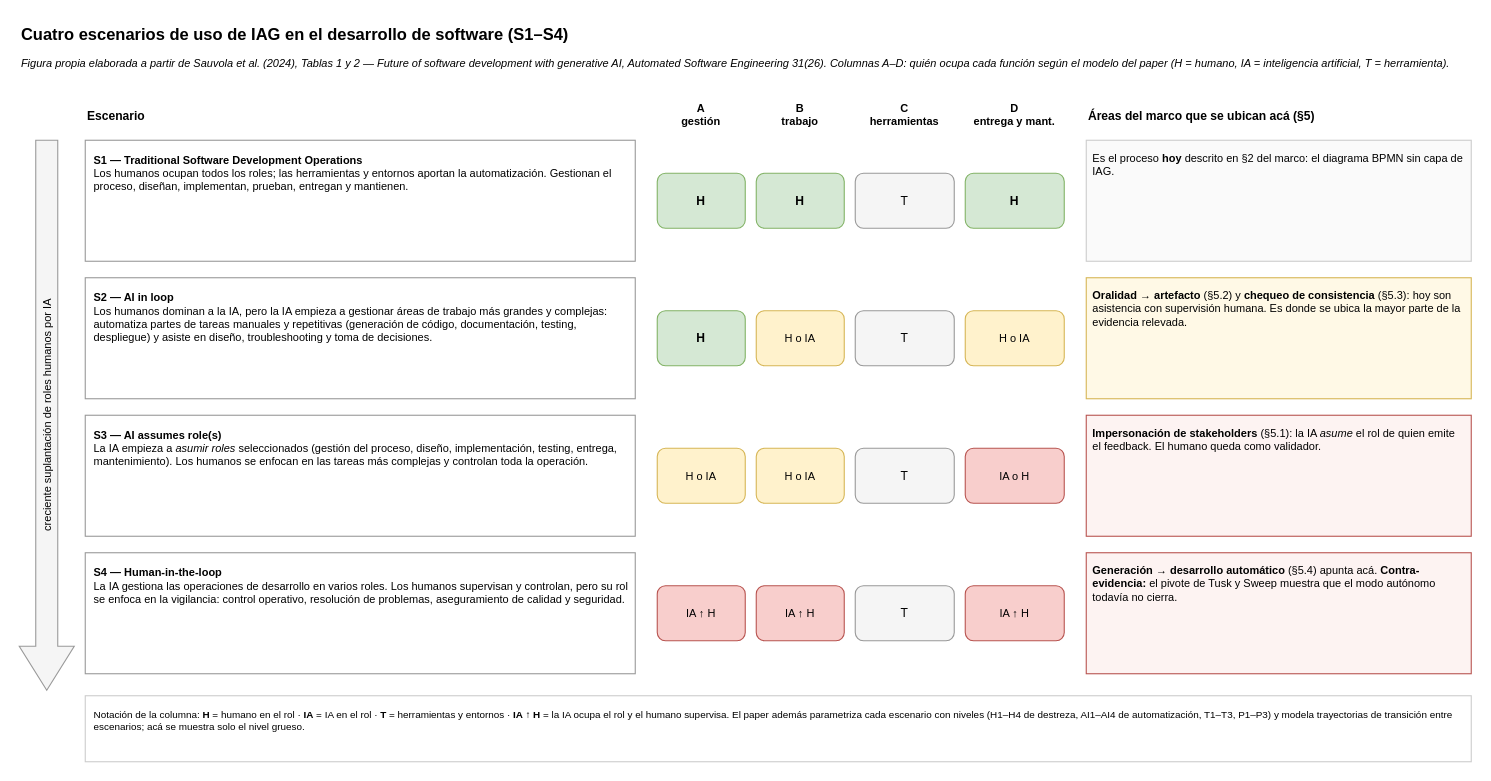
Above: sprint 15/diagramas/escenarios_s1_s4.drawio in vickychappuis/Tesis (draw.io), before the change. Source tidied: cells renumbered, new cells numbered last; positions are measured from the earlier drawing's top-left corner, leaving out a move shared by most shapes. Both pictures are drawn from the tidied source at 110%, with x=0, y=0 at pixel (19, 19).
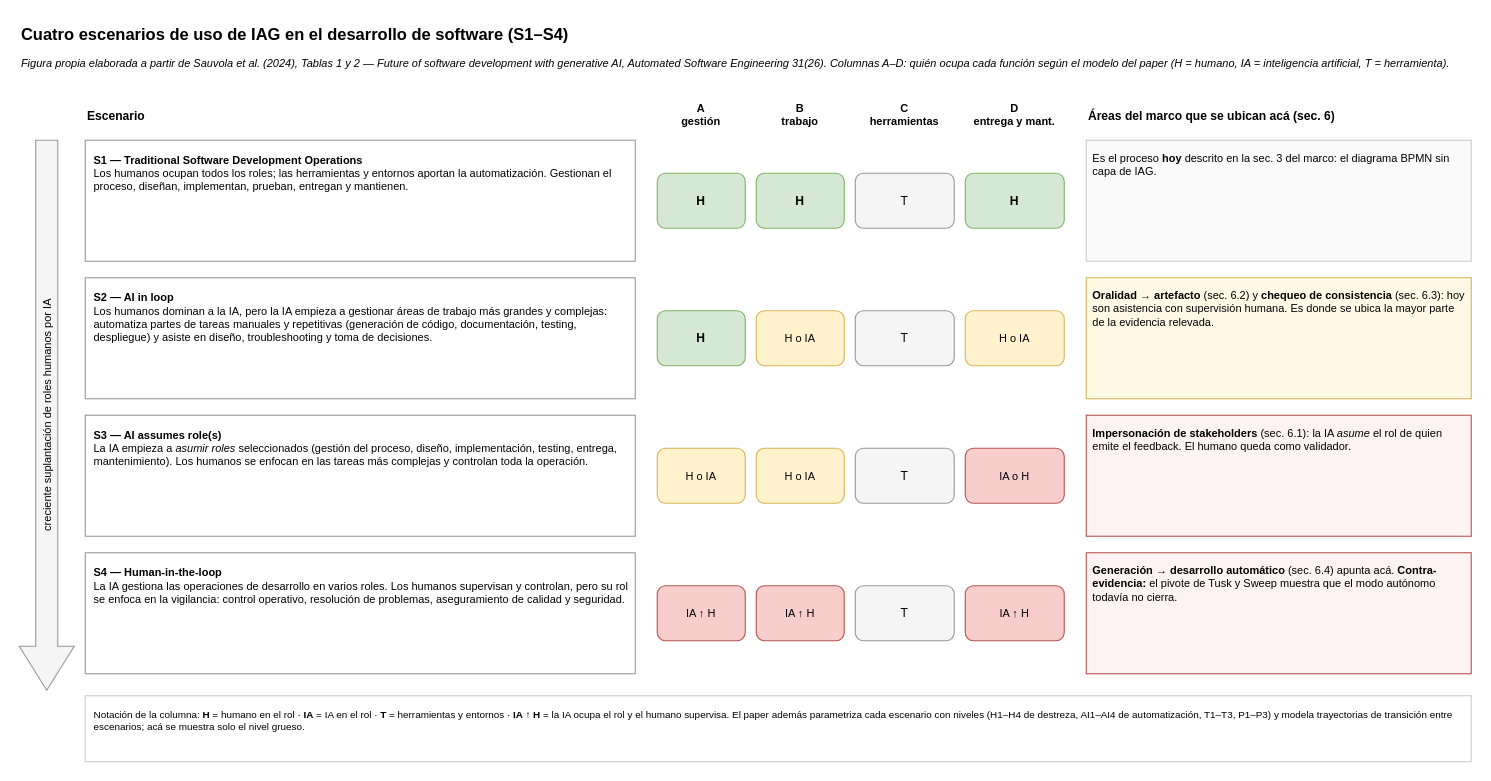
Above is the later version.

Commit message:
sprint 15: actualizar las referencias de seccion en la figura de escenarios

Diff of the diagram source:
```diff
@@
-    <mxCell id="9" value="Áreas del marco que se ubican acá (§5)" style="text;html=1;strokeColor=none;fillColor=none;align=left;verticalAlign=middle;fontSize=11;fontStyle=1;" parent="1" vertex="1">
+    <mxCell id="9" value="Áreas del marco que se ubican acá (sec. 6)" style="text;html=1;strokeColor=none;fillColor=none;align=left;verticalAlign=middle;fontSize=11;fontStyle=1;" parent="1" vertex="1">
       <mxGeometry x="970" y="76" width="350" height="24" as="geometry" />
     </mxCell>
@@
-    <mxCell id="16" value="Es el proceso &lt;b&gt;hoy&lt;/b&gt; descrito en §2 del marco: el diagrama BPMN sin capa de IAG." style="text;html=1;whiteSpace=wrap;strokeColor=#CCCCCC;fillColor=#FAFAFA;align=left;verticalAlign=top;spacing=6;fontSize=10;" parent="1" vertex="1">
+    <mxCell id="16" value="Es el proceso &lt;b&gt;hoy&lt;/b&gt; descrito en la sec. 3 del marco: el diagrama BPMN sin capa de IAG." style="text;html=1;whiteSpace=wrap;strokeColor=#CCCCCC;fillColor=#FAFAFA;align=left;verticalAlign=top;spacing=6;fontSize=10;" parent="1" vertex="1">
       <mxGeometry x="970" y="110" width="350" height="110" as="geometry" />
     </mxCell>
@@
-    <mxCell id="22" value="&lt;b&gt;Oralidad → artefacto&lt;/b&gt; (§5.2) y &lt;b&gt;chequeo de consistencia&lt;/b&gt; (§5.3): hoy son asistencia con supervisión humana. Es donde se ubica la mayor parte de la evidencia relevada." style="text;html=1;whiteSpace=wrap;strokeColor=#D6B656;fillColor=#FFF9E6;align=left;verticalAlign=top;spacing=6;fontSize=10;" parent="1" vertex="1">
+    <mxCell id="22" value="&lt;b&gt;Oralidad → artefacto&lt;/b&gt; (sec. 6.2) y &lt;b&gt;chequeo de consistencia&lt;/b&gt; (sec. 6.3): hoy son asistencia con supervisión humana. Es donde se ubica la mayor parte de la evidencia relevada." style="text;html=1;whiteSpace=wrap;strokeColor=#D6B656;fillColor=#FFF9E6;align=left;verticalAlign=top;spacing=6;fontSize=10;" parent="1" vertex="1">
       <mxGeometry x="970" y="235" width="350" height="110" as="geometry" />
     </mxCell>
@@
-    <mxCell id="28" value="&lt;b&gt;Impersonación de stakeholders&lt;/b&gt; (§5.1): la IA &lt;i&gt;asume&lt;/i&gt; el rol de quien emite el feedback. El humano queda como validador." style="text;html=1;whiteSpace=wrap;strokeColor=#B85450;fillColor=#FDF3F2;align=left;verticalAlign=top;spacing=6;fontSize=10;" parent="1" vertex="1">
+    <mxCell id="28" value="&lt;b&gt;Impersonación de stakeholders&lt;/b&gt; (sec. 6.1): la IA &lt;i&gt;asume&lt;/i&gt; el rol de quien emite el feedback. El humano queda como validador." style="text;html=1;whiteSpace=wrap;strokeColor=#B85450;fillColor=#FDF3F2;align=left;verticalAlign=top;spacing=6;fontSize=10;" parent="1" vertex="1">
       <mxGeometry x="970" y="360" width="350" height="110" as="geometry" />
     </mxCell>
@@
-    <mxCell id="34" value="&lt;b&gt;Generación → desarrollo automático&lt;/b&gt; (§5.4) apunta acá. &lt;b&gt;Contra-evidencia:&lt;/b&gt; el pivote de Tusk y Sweep muestra que el modo autónomo todavía no cierra." style="text;html=1;whiteSpace=wrap;strokeColor=#B85450;fillColor=#FDF3F2;align=left;verticalAlign=top;spacing=6;fontSize=10;" parent="1" vertex="1">
+    <mxCell id="34" value="&lt;b&gt;Generación → desarrollo automático&lt;/b&gt; (sec. 6.4) apunta acá. &lt;b&gt;Contra-evidencia:&lt;/b&gt; el pivote de Tusk y Sweep muestra que el modo autónomo todavía no cierra." style="text;html=1;whiteSpace=wrap;strokeColor=#B85450;fillColor=#FDF3F2;align=left;verticalAlign=top;spacing=6;fontSize=10;" parent="1" vertex="1">
       <mxGeometry x="970" y="485" width="350" height="110" as="geometry" />
     </mxCell>
```
